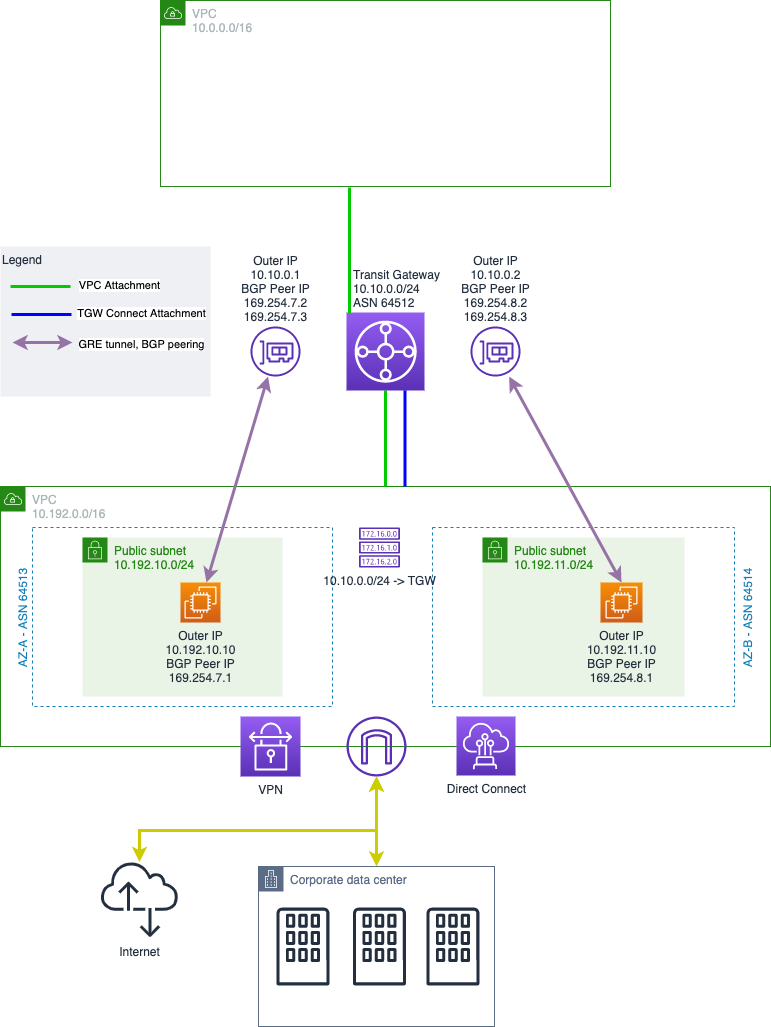
Earlier version of the draw.io export docs/tgw-connect.png (aws-samples/aws-transit-gateway-connect-sample). Source tidied: cells renumbered, new cells last; positions are measured from the earlier drawing's top-left corner, leaving out a move shared by most shapes. Source of this version:
```xml
<mxGraphModel background="#FFFFFF">
  <root>
    <mxCell id="0" />
    <mxCell id="1" parent="0" />
    <mxCell id="2" value="VPC&lt;br&gt;10.192.0.0/16" style="points=[[0,0],[0.25,0],[0.5,0],[0.75,0],[1,0],[1,0.25],[1,0.5],[1,0.75],[1,1],[0.75,1],[0.5,1],[0.25,1],[0,1],[0,0.75],[0,0.5],[0,0.25]];outlineConnect=0;gradientColor=none;html=1;whiteSpace=wrap;fontSize=12;fontStyle=0;shape=mxgraph.aws4.group;grIcon=mxgraph.aws4.group_vpc;strokeColor=#248814;fillColor=none;verticalAlign=top;align=left;spacingLeft=30;fontColor=#AAB7B8;dashed=0;" parent="1" vertex="1">
      <mxGeometry y="486" width="770" height="260" as="geometry" />
    </mxCell>
    <mxCell id="3" value="AZ-B - ASN 64514" style="fillColor=none;strokeColor=#147EBA;dashed=1;verticalAlign=top;fontStyle=0;fontColor=#147EBA;labelPosition=right;verticalLabelPosition=middle;align=center;horizontal=0;spacingLeft=0;" parent="1" vertex="1">
      <mxGeometry x="432" y="527" width="302" height="179" as="geometry" />
    </mxCell>
    <mxCell id="4" value="AZ-A - ASN 64513" style="fillColor=none;strokeColor=#147EBA;dashed=1;verticalAlign=bottom;fontStyle=0;fontColor=#147EBA;labelPosition=left;verticalLabelPosition=middle;align=center;horizontal=0;spacingLeft=0;" parent="1" vertex="1">
      <mxGeometry x="32" y="527" width="300" height="179" as="geometry" />
    </mxCell>
    <mxCell id="5" style="edgeStyle=orthogonalEdgeStyle;rounded=0;jettySize=auto;html=1;endArrow=none;endFill=0;strokeColor=#00CC00;strokeWidth=3;" parent="1" edge="1" source="2" target="8">
      <mxGeometry relative="1" as="geometry" />
    </mxCell>
    <mxCell id="6" value="Public subnet&lt;br&gt;10.192.11.0/24" style="gradientColor=none;html=1;whiteSpace=wrap;fontSize=12;fontStyle=0;shape=mxgraph.aws4.group;grIcon=mxgraph.aws4.group_security_group;grStroke=0;strokeColor=#248814;fillColor=#E9F3E6;verticalAlign=top;align=left;spacingLeft=30;fontColor=#248814;dashed=0;" parent="1" vertex="1">
      <mxGeometry x="482" y="537" width="202" height="159" as="geometry" />
    </mxCell>
    <mxCell id="7" value="Public subnet&lt;br&gt;10.192.10.0/24" style="gradientColor=none;html=1;whiteSpace=wrap;fontSize=12;fontStyle=0;shape=mxgraph.aws4.group;grIcon=mxgraph.aws4.group_security_group;grStroke=0;strokeColor=#248814;fillColor=#E9F3E6;verticalAlign=top;align=left;spacingLeft=30;fontColor=#248814;dashed=0;" parent="1" vertex="1">
      <mxGeometry x="82" y="537" width="200" height="159" as="geometry" />
    </mxCell>
    <mxCell id="8" value="Transit Gateway&lt;br&gt;10.10.0.0/24&lt;br&gt;ASN 64512" style="points=[[0,0,0],[0.25,0,0],[0.5,0,0],[0.75,0,0],[1,0,0],[0,1,0],[0.25,1,0],[0.5,1,0],[0.75,1,0],[1,1,0],[0,0.25,0],[0,0.5,0],[0,0.75,0],[1,0.25,0],[1,0.5,0],[1,0.75,0]];outlineConnect=0;fontColor=#232F3E;gradientColor=#945DF2;gradientDirection=north;fillColor=#5A30B5;strokeColor=#ffffff;dashed=0;verticalLabelPosition=top;verticalAlign=bottom;align=left;html=1;fontSize=12;fontStyle=0;shape=mxgraph.aws4.resourceIcon;resIcon=mxgraph.aws4.transit_gateway;labelPosition=center;spacingLeft=5;" parent="1" vertex="1">
      <mxGeometry x="346" y="312" width="78" height="78" as="geometry" />
    </mxCell>
    <mxCell id="9" value="Outer IP&lt;br&gt;10.10.0.2&lt;br&gt;BGP Peer IP&lt;br&gt;169.254.8.2&lt;br&gt;169.254.8.3" style="outlineConnect=0;fontColor=#232F3E;gradientColor=none;fillColor=#5A30B5;strokeColor=none;dashed=0;verticalLabelPosition=top;verticalAlign=bottom;align=center;html=1;fontSize=12;fontStyle=0;shape=mxgraph.aws4.elastic_network_interface;labelPosition=center;" parent="1" vertex="1">
      <mxGeometry x="470" y="326" width="50" height="50" as="geometry" />
    </mxCell>
    <mxCell id="10" value="Outer IP&lt;br&gt;10.10.0.1&lt;br&gt;BGP Peer IP&lt;br&gt;169.254.7.2&lt;br&gt;169.254.7.3" style="outlineConnect=0;fontColor=#232F3E;gradientColor=none;fillColor=#5A30B5;strokeColor=none;dashed=0;verticalLabelPosition=top;verticalAlign=bottom;align=center;html=1;fontSize=12;fontStyle=0;shape=mxgraph.aws4.elastic_network_interface;labelPosition=center;" parent="1" vertex="1">
      <mxGeometry x="250" y="326" width="50" height="50" as="geometry" />
    </mxCell>
    <mxCell id="11" style="edgeStyle=orthogonalEdgeStyle;rounded=0;jettySize=auto;html=1;endArrow=none;endFill=0;strokeWidth=3;strokeColor=#0000FF;entryX=0.75;entryY=1;entryDx=0;entryDy=0;entryPerimeter=0;" parent="1" edge="1" source="2" target="8">
      <mxGeometry relative="1" as="geometry">
        <Array as="points">
          <mxPoint x="405" y="438" />
        </Array>
      </mxGeometry>
    </mxCell>
    <mxCell id="12" value="Outer IP&lt;br&gt;10.192.10.10&lt;br&gt;BGP Peer IP&lt;br&gt;169.254.7.1" style="points=[[0,0,0],[0.25,0,0],[0.5,0,0],[0.75,0,0],[1,0,0],[0,1,0],[0.25,1,0],[0.5,1,0],[0.75,1,0],[1,1,0],[0,0.25,0],[0,0.5,0],[0,0.75,0],[1,0.25,0],[1,0.5,0],[1,0.75,0]];outlineConnect=0;fontColor=#232F3E;gradientColor=#F78E04;gradientDirection=north;fillColor=#D05C17;strokeColor=#ffffff;dashed=0;verticalLabelPosition=bottom;verticalAlign=top;align=center;html=1;fontSize=12;fontStyle=0;shape=mxgraph.aws4.resourceIcon;resIcon=mxgraph.aws4.ec2;" parent="1" vertex="1">
      <mxGeometry x="180" y="582" width="40" height="40" as="geometry" />
    </mxCell>
    <mxCell id="13" value="Outer IP&lt;br&gt;10.192.11.10&lt;br&gt;BGP Peer IP&lt;br&gt;169.254.8.1" style="points=[[0,0,0],[0.25,0,0],[0.5,0,0],[0.75,0,0],[1,0,0],[0,1,0],[0.25,1,0],[0.5,1,0],[0.75,1,0],[1,1,0],[0,0.25,0],[0,0.5,0],[0,0.75,0],[1,0.25,0],[1,0.5,0],[1,0.75,0]];outlineConnect=0;fontColor=#232F3E;gradientColor=#F78E04;gradientDirection=north;fillColor=#D05C17;strokeColor=#ffffff;dashed=0;verticalLabelPosition=bottom;verticalAlign=top;align=center;html=1;fontSize=12;fontStyle=0;shape=mxgraph.aws4.resourceIcon;resIcon=mxgraph.aws4.ec2;" parent="1" vertex="1">
      <mxGeometry x="600" y="582" width="42" height="40" as="geometry" />
    </mxCell>
    <mxCell id="14" style="endArrow=classic;startArrow=classic;html=1;strokeColor=#9673a6;strokeWidth=3;fillColor=#e1d5e7;entryX=0.5;entryY=0;entryDx=0;entryDy=0;entryPerimeter=0;" parent="1" edge="1" source="9" target="13">
      <mxGeometry relative="1" as="geometry" />
    </mxCell>
    <mxCell id="15" style="endArrow=classic;startArrow=classic;html=1;strokeColor=#9673a6;strokeWidth=3;fillColor=#e1d5e7;" parent="1" edge="1" source="10" target="12">
      <mxGeometry relative="1" as="geometry" />
    </mxCell>
    <mxCell id="16" value="VPC&lt;br&gt;10.0.0.0/16" style="gradientColor=none;html=1;whiteSpace=wrap;fontSize=12;fontStyle=0;shape=mxgraph.aws4.group;grIcon=mxgraph.aws4.group_vpc;strokeColor=#248814;fillColor=none;verticalAlign=top;align=left;spacingLeft=30;fontColor=#AAB7B8;dashed=0;" parent="1" vertex="1">
      <mxGeometry x="160" width="450" height="186" as="geometry" />
    </mxCell>
    <mxCell id="17" style="edgeStyle=orthogonalEdgeStyle;rounded=0;orthogonalLoop=1;jettySize=auto;html=1;endArrow=none;endFill=0;strokeColor=#00CC00;strokeWidth=3;" parent="1" edge="1">
      <mxGeometry relative="1" as="geometry">
        <mxPoint x="349" y="313" as="sourcePoint" />
        <mxPoint x="349" y="187" as="targetPoint" />
      </mxGeometry>
    </mxCell>
    <mxCell id="18" style="edgeStyle=orthogonalEdgeStyle;rounded=0;jettySize=auto;html=1;endArrow=classic;endFill=1;strokeWidth=3;fontColor=#CCCC00;strokeColor=#CCCC00;startArrow=classic;startFill=1;entryX=0.5;entryY=0;entryDx=0;entryDy=0;" parent="1" edge="1" source="19" target="22">
      <mxGeometry relative="1" as="geometry">
        <Array as="points">
          <mxPoint x="376" y="846" />
        </Array>
      </mxGeometry>
    </mxCell>
    <mxCell id="19" style="outlineConnect=0;fontColor=#232F3E;gradientColor=none;fillColor=#5A30B5;strokeColor=none;dashed=0;verticalLabelPosition=bottom;verticalAlign=top;align=center;html=1;fontSize=12;fontStyle=0;shape=mxgraph.aws4.internet_gateway;" parent="1" vertex="1">
      <mxGeometry x="346" y="716" width="60" height="60" as="geometry" />
    </mxCell>
    <mxCell id="20" value="Direct Connect" style="fontColor=#232F3E;gradientColor=#945DF2;gradientDirection=north;fillColor=#5A30B5;strokeColor=#ffffff;dashed=0;verticalLabelPosition=bottom;verticalAlign=top;align=center;html=1;fontSize=12;fontStyle=0;shape=mxgraph.aws4.resourceIcon;resIcon=mxgraph.aws4.direct_connect;" parent="1" vertex="1">
      <mxGeometry x="456" y="716" width="59" height="59" as="geometry" />
    </mxCell>
    <mxCell id="21" value="VPN" style="fontColor=#232F3E;gradientColor=#945DF2;gradientDirection=north;fillColor=#5A30B5;strokeColor=#ffffff;dashed=0;verticalLabelPosition=bottom;verticalAlign=top;align=center;html=1;fontSize=12;fontStyle=0;shape=mxgraph.aws4.resourceIcon;resIcon=mxgraph.aws4.site_to_site_vpn;" parent="1" vertex="1">
      <mxGeometry x="240" y="716" width="60" height="60" as="geometry" />
    </mxCell>
    <mxCell id="22" value="Corporate data center" style="points=[[0,0],[0.25,0],[0.5,0],[0.75,0],[1,0],[1,0.25],[1,0.5],[1,0.75],[1,1],[0.75,1],[0.5,1],[0.25,1],[0,1],[0,0.75],[0,0.5],[0,0.25]];outlineConnect=0;gradientColor=none;html=1;whiteSpace=wrap;fontSize=12;fontStyle=0;shape=mxgraph.aws4.group;grIcon=mxgraph.aws4.group_corporate_data_center;strokeColor=#5A6C86;fillColor=none;verticalAlign=top;align=left;spacingLeft=30;fontColor=#5A6C86;dashed=0;" parent="1" vertex="1">
      <mxGeometry x="258" y="866" width="236" height="160" as="geometry" />
    </mxCell>
    <mxCell id="23" style="fontColor=#232F3E;gradientColor=none;fillColor=#232F3E;strokeColor=none;dashed=0;verticalLabelPosition=bottom;verticalAlign=top;align=center;html=1;fontSize=12;fontStyle=0;shape=mxgraph.aws4.corporate_data_center;" parent="1" vertex="1">
      <mxGeometry x="276" y="907" width="53" height="78" as="geometry" />
    </mxCell>
    <mxCell id="24" style="fontColor=#232F3E;gradientColor=none;fillColor=#232F3E;strokeColor=none;dashed=0;verticalLabelPosition=bottom;verticalAlign=top;align=center;html=1;fontSize=12;fontStyle=0;shape=mxgraph.aws4.corporate_data_center;" parent="1" vertex="1">
      <mxGeometry x="352.5" y="907" width="53" height="78" as="geometry" />
    </mxCell>
    <mxCell id="25" style="fontColor=#232F3E;gradientColor=none;fillColor=#232F3E;strokeColor=none;dashed=0;verticalLabelPosition=bottom;verticalAlign=top;align=center;html=1;fontSize=12;fontStyle=0;shape=mxgraph.aws4.corporate_data_center;" parent="1" vertex="1">
      <mxGeometry x="426" y="907" width="53" height="78" as="geometry" />
    </mxCell>
    <mxCell id="26" value="Legend" style="fillColor=#EFF0F3;strokeColor=none;dashed=0;verticalAlign=top;fontStyle=0;fontColor=#232F3D;align=left;" parent="1" vertex="1">
      <mxGeometry y="246" width="210" height="150" as="geometry" />
    </mxCell>
    <mxCell id="27" style="edgeStyle=orthogonalEdgeStyle;rounded=0;orthogonalLoop=1;jettySize=auto;html=1;endArrow=none;endFill=0;strokeColor=#00CC00;strokeWidth=3;" parent="1" edge="1">
      <mxGeometry relative="1" as="geometry">
        <mxPoint x="10" y="286" as="sourcePoint" />
        <mxPoint x="70" y="286" as="targetPoint" />
      </mxGeometry>
    </mxCell>
    <mxCell id="28" value="&lt;font color=&quot;#000000&quot;&gt;VPC Attachment&lt;/font&gt;" style="edgeLabel;html=1;align=center;verticalAlign=middle;fontColor=#CCCC00;" parent="27" vertex="1">
      <mxGeometry x="-0.2" y="2" relative="1" as="geometry">
        <mxPoint x="84" as="offset" />
      </mxGeometry>
    </mxCell>
    <mxCell id="29" style="edgeStyle=orthogonalEdgeStyle;rounded=0;orthogonalLoop=1;jettySize=auto;html=1;endArrow=none;endFill=0;strokeWidth=3;strokeColor=#0000FF;" parent="1" edge="1">
      <mxGeometry relative="1" as="geometry">
        <mxPoint x="11" y="314" as="sourcePoint" />
        <mxPoint x="71" y="314" as="targetPoint" />
      </mxGeometry>
    </mxCell>
    <mxCell id="30" value="&lt;font color=&quot;#000000&quot;&gt;TGW Connect Attachment&lt;/font&gt;" style="edgeLabel;html=1;align=center;verticalAlign=middle;fontColor=#CCCC00;" parent="29" vertex="1">
      <mxGeometry x="-0.1" relative="1" as="geometry">
        <mxPoint x="102" y="-2" as="offset" />
      </mxGeometry>
    </mxCell>
    <mxCell id="31" style="edgeStyle=orthogonalEdgeStyle;rounded=0;orthogonalLoop=1;jettySize=auto;html=1;endArrow=classic;endFill=1;strokeColor=#9673a6;strokeWidth=3;fillColor=#e1d5e7;startArrow=classic;startFill=1;" parent="1" edge="1">
      <mxGeometry relative="1" as="geometry">
        <mxPoint x="12" y="342" as="sourcePoint" />
        <mxPoint x="72" y="342" as="targetPoint" />
      </mxGeometry>
    </mxCell>
    <mxCell id="32" value="&lt;font color=&quot;#000000&quot;&gt;GRE tunnel, BGP peering&lt;/font&gt;" style="edgeLabel;html=1;align=center;verticalAlign=middle;fontColor=#CCCC00;" parent="31" vertex="1">
      <mxGeometry y="-1" relative="1" as="geometry">
        <mxPoint x="98" as="offset" />
      </mxGeometry>
    </mxCell>
    <mxCell id="33" value="Internet" style="outlineConnect=0;fontColor=#232F3E;gradientColor=none;fillColor=#232F3E;strokeColor=none;dashed=0;verticalLabelPosition=bottom;verticalAlign=top;align=center;html=1;fontSize=12;fontStyle=0;shape=mxgraph.aws4.internet_alt2;" parent="1" vertex="1">
      <mxGeometry x="100" y="860" width="78" height="78" as="geometry" />
    </mxCell>
    <mxCell id="34" style="edgeStyle=orthogonalEdgeStyle;rounded=0;jettySize=auto;html=1;endArrow=classic;endFill=1;strokeWidth=3;fontColor=#CCCC00;strokeColor=#CCCC00;startArrow=classic;startFill=1;" parent="1" edge="1" source="19" target="33">
      <mxGeometry relative="1" as="geometry">
        <Array as="points">
          <mxPoint x="376" y="830" />
          <mxPoint x="139" y="830" />
        </Array>
      </mxGeometry>
    </mxCell>
    <mxCell id="35" value="10.10.0.0/24 -&amp;gt; TGW" style="fontColor=#232F3E;gradientColor=none;fillColor=#5A30B5;strokeColor=none;dashed=0;verticalLabelPosition=bottom;verticalAlign=top;align=center;html=1;fontSize=12;fontStyle=0;shape=mxgraph.aws4.route_table;" parent="1" vertex="1">
      <mxGeometry x="358.5" y="527" width="41" height="40" as="geometry" />
    </mxCell>
  </root>
</mxGraphModel>
```
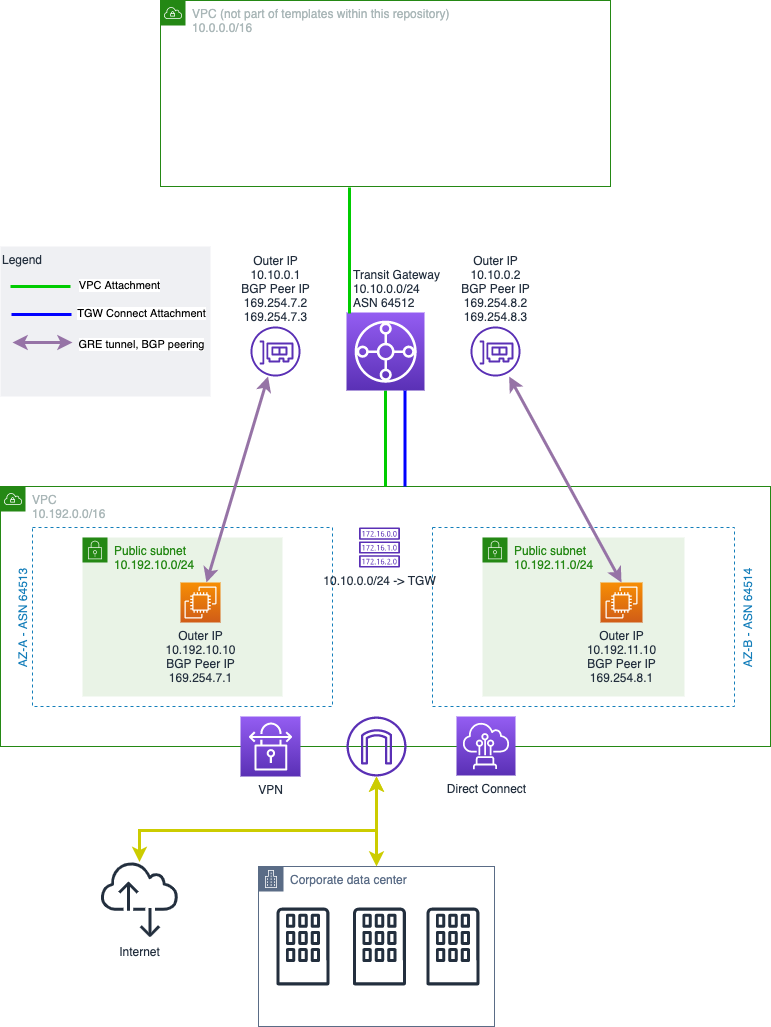
After the commit.

Commit message:
added hint for consumer vpc

Change to the diagram source:
```diff
@@ -48,7 +48,7 @@
     <mxCell id="15" style="endArrow=classic;startArrow=classic;html=1;strokeColor=#9673a6;strokeWidth=3;fillColor=#e1d5e7;" parent="1" edge="1" source="10" target="12">
       <mxGeometry relative="1" as="geometry" />
     </mxCell>
-    <mxCell id="16" value="VPC&lt;br&gt;10.0.0.0/16" style="gradientColor=none;html=1;whiteSpace=wrap;fontSize=12;fontStyle=0;shape=mxgraph.aws4.group;grIcon=mxgraph.aws4.group_vpc;strokeColor=#248814;fillColor=none;verticalAlign=top;align=left;spacingLeft=30;fontColor=#AAB7B8;dashed=0;" parent="1" vertex="1">
+    <mxCell id="16" value="VPC (not part of templates within this repository)&lt;br&gt;10.0.0.0/16" style="gradientColor=none;html=1;whiteSpace=wrap;fontSize=12;fontStyle=0;shape=mxgraph.aws4.group;grIcon=mxgraph.aws4.group_vpc;strokeColor=#248814;fillColor=none;verticalAlign=top;align=left;spacingLeft=30;fontColor=#AAB7B8;dashed=0;" parent="1" vertex="1">
       <mxGeometry x="160" width="450" height="186" as="geometry" />
     </mxCell>
     <mxCell id="17" style="edgeStyle=orthogonalEdgeStyle;rounded=0;orthogonalLoop=1;jettySize=auto;html=1;endArrow=none;endFill=0;strokeColor=#00CC00;strokeWidth=3;" parent="1" edge="1">
```
